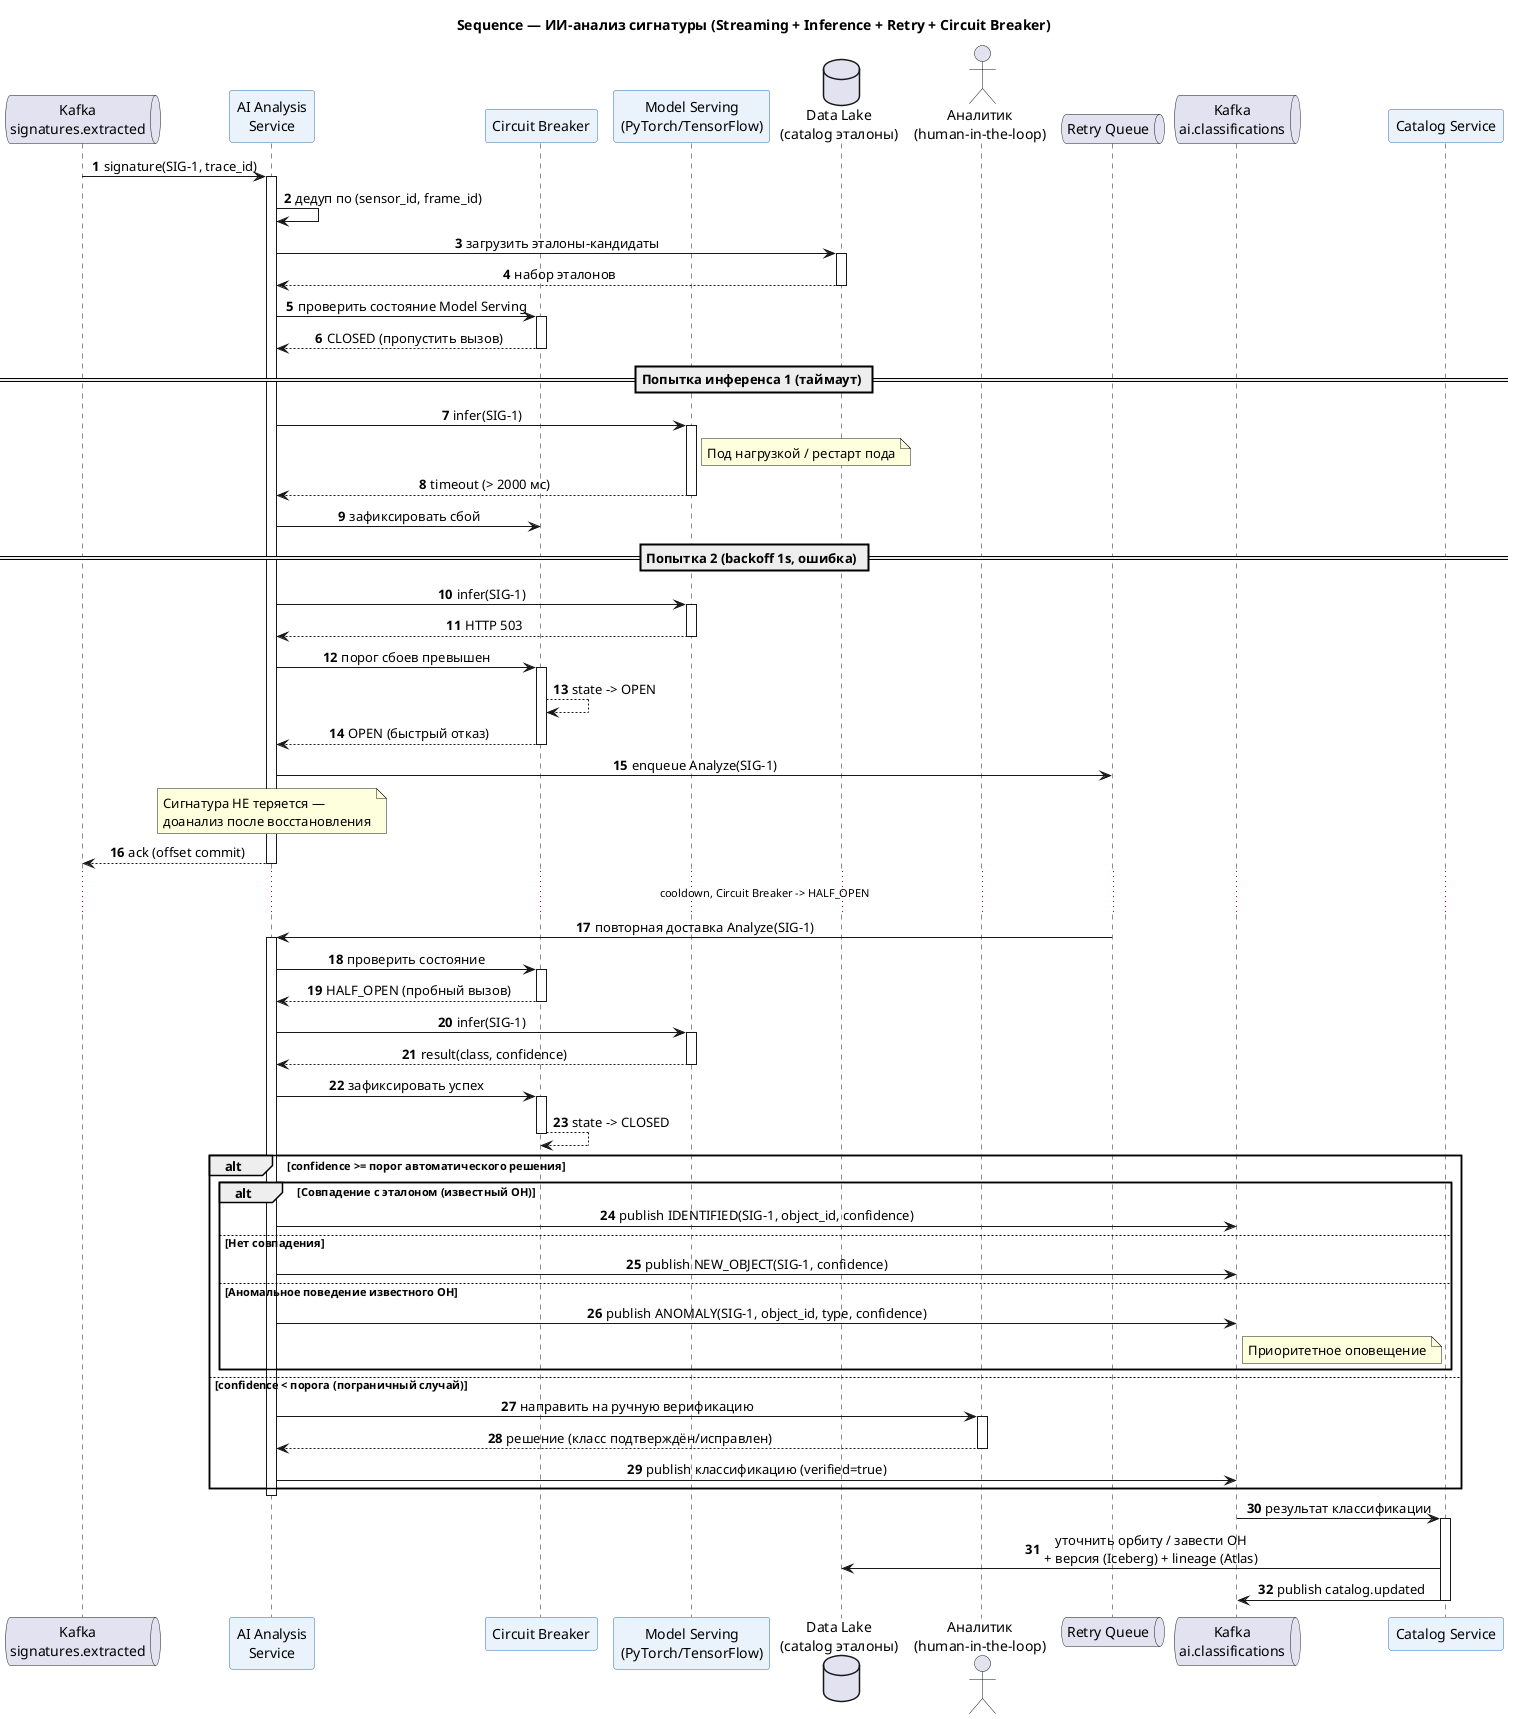
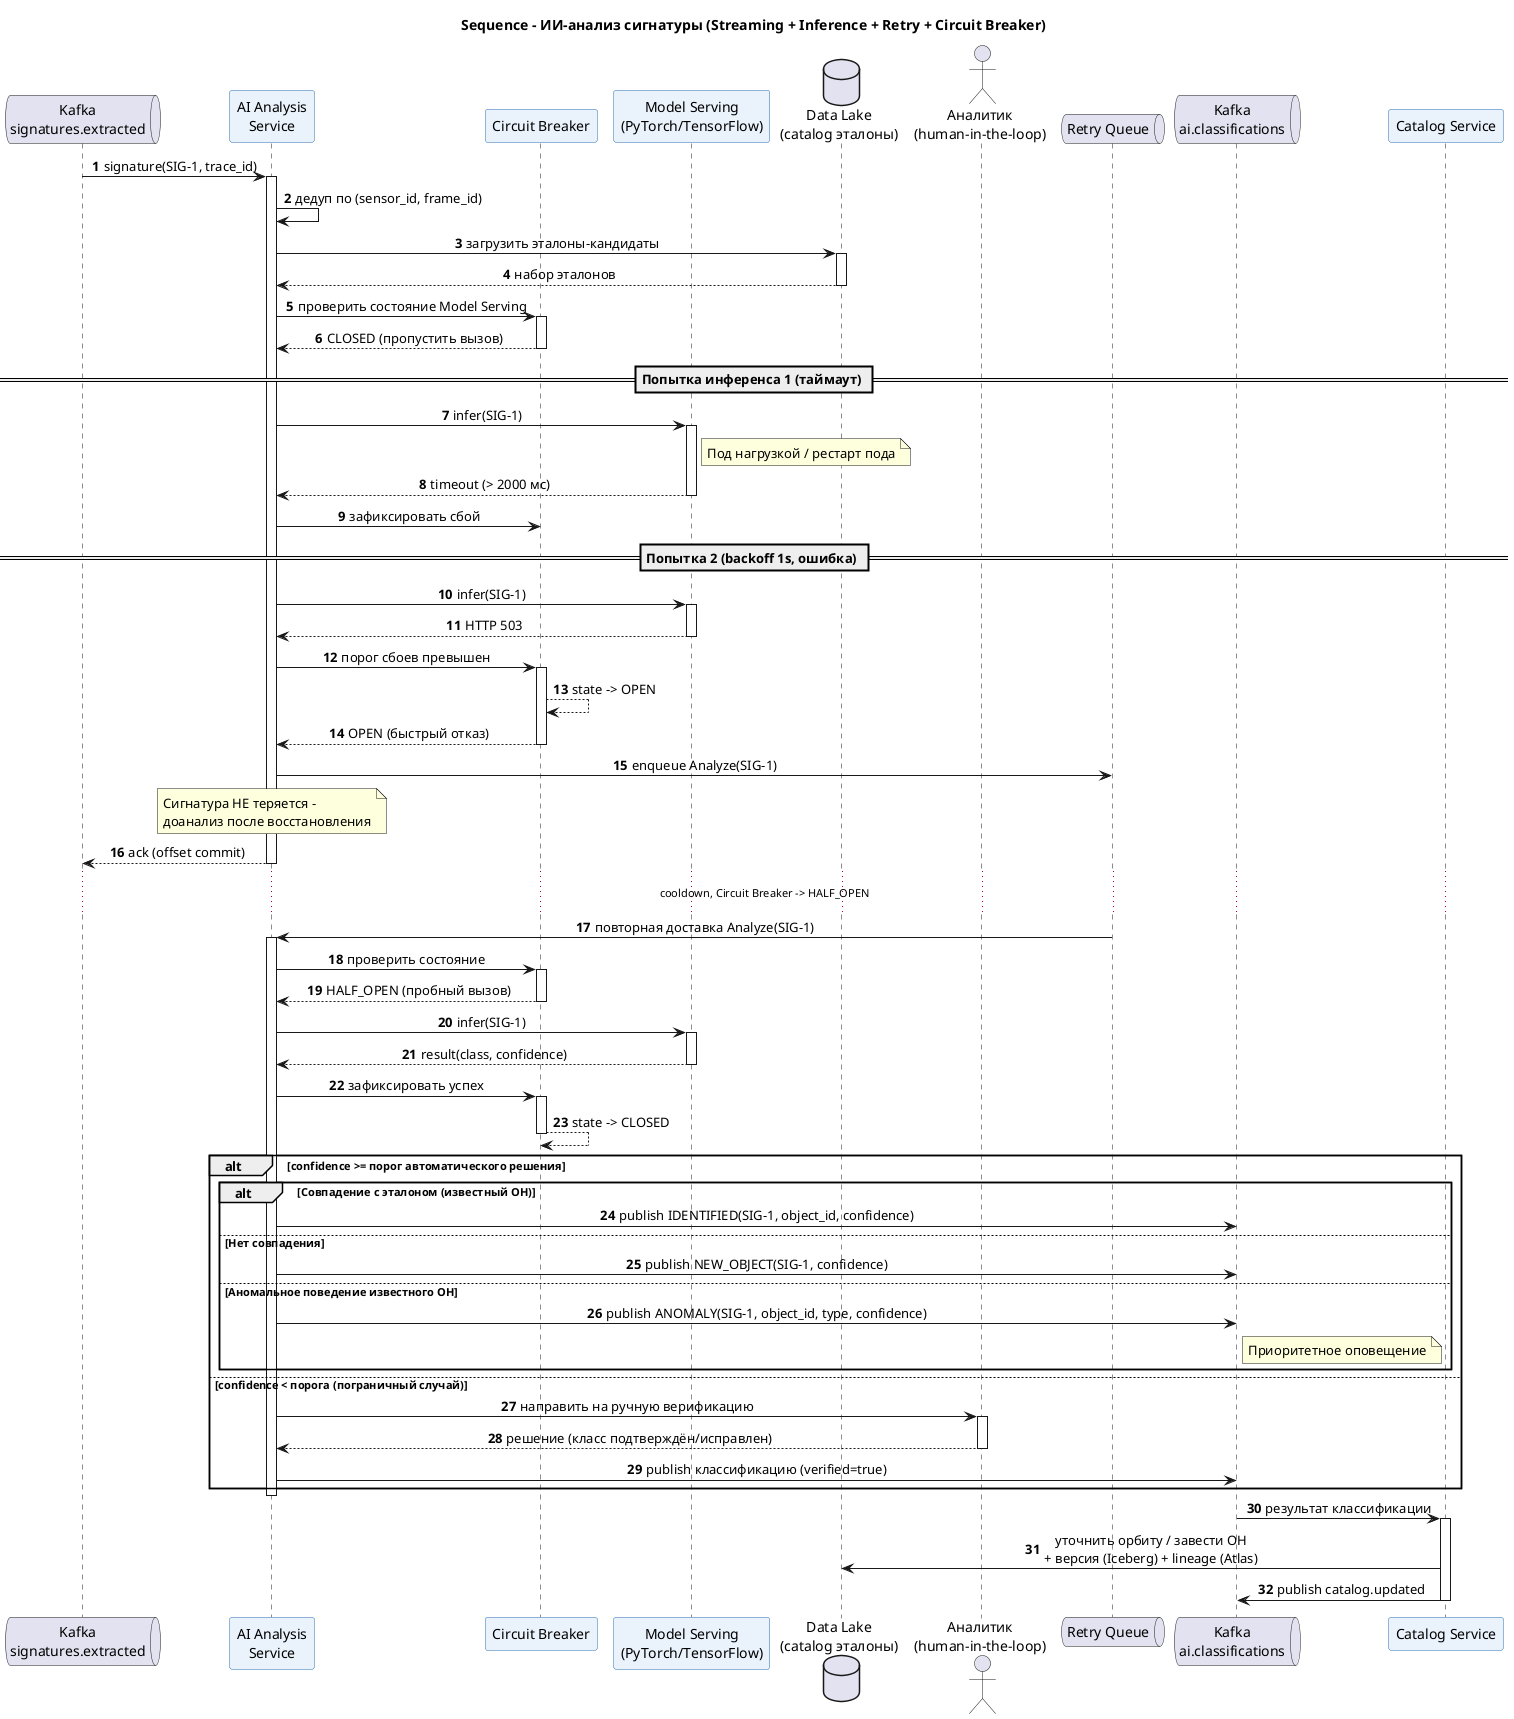
@startuml sequence_ai_analysis
' =====================================================================
'  Ключевой и самый сложный сценарий: ИИ-анализ сигнатуры. Показаны
'  потоковый вход (Kafka), инференс на Model Serving (PyTorch/TensorFlow),
'  три исхода (известный / новый / аномалия), human-in-the-loop при
'  низкой уверенности, а также сбой model serving с Timeout + Retry +
'  Circuit Breaker и отложенным доанализом без потери сигнатур.
' =====================================================================
- title Sequence — ИИ-анализ сигнатуры (Streaming + Inference + Retry + Circuit Breaker)
+ title Sequence – ИИ-анализ сигнатуры (Streaming + Inference + Retry + Circuit Breaker)

skinparam backgroundColor #FFFFFF
skinparam shadowing false
skinparam sequenceMessageAlign center
skinparam ParticipantBackgroundColor #EAF2FB
skinparam ParticipantBorderColor #2C6FB5

queue "Kafka\nsignatures.extracted" as KIn
participant "AI Analysis\nService" as AI
participant "Circuit Breaker" as CB
participant "Model Serving\n(PyTorch/TensorFlow)" as MS
database "Data Lake\n(catalog эталоны)" as DL
actor "Аналитик\n(human-in-the-loop)" as An
queue "Retry Queue" as RQ
queue "Kafka\nai.classifications" as KOut
participant "Catalog Service" as Cat

autonumber

KIn -> AI : signature(SIG-1, trace_id)
activate AI
AI -> AI : дедуп по (sensor_id, frame_id)
AI -> DL : загрузить эталоны-кандидаты
activate DL
DL --> AI : набор эталонов
deactivate DL

AI -> CB : проверить состояние Model Serving
activate CB
CB --> AI : CLOSED (пропустить вызов)
deactivate CB

== Попытка инференса 1 (таймаут) ==
AI -> MS : infer(SIG-1)
activate MS
note right of MS : Под нагрузкой / рестарт пода
MS --> AI : timeout (> 2000 мс)
deactivate MS
AI -> CB : зафиксировать сбой

== Попытка 2 (backoff 1s, ошибка) ==
AI -> MS : infer(SIG-1)
activate MS
MS --> AI : HTTP 503
deactivate MS
AI -> CB : порог сбоев превышен
activate CB
CB --> CB : state -> OPEN
CB --> AI : OPEN (быстрый отказ)
deactivate CB

AI -> RQ : enqueue Analyze(SIG-1)
- note over AI : Сигнатура НЕ теряется —\nдоанализ после восстановления
+ note over AI : Сигнатура НЕ теряется –\nдоанализ после восстановления
AI --> KIn : ack (offset commit)
deactivate AI

... cooldown, Circuit Breaker -> HALF_OPEN ...

RQ -> AI : повторная доставка Analyze(SIG-1)
activate AI
AI -> CB : проверить состояние
activate CB
CB --> AI : HALF_OPEN (пробный вызов)
deactivate CB
AI -> MS : infer(SIG-1)
activate MS
MS --> AI : result(class, confidence)
deactivate MS
AI -> CB : зафиксировать успех
activate CB
CB --> CB : state -> CLOSED
deactivate CB

alt confidence >= порог автоматического решения
    alt Совпадение с эталоном (известный ОН)
        AI -> KOut : publish IDENTIFIED(SIG-1, object_id, confidence)
    else Нет совпадения
        AI -> KOut : publish NEW_OBJECT(SIG-1, confidence)
    else Аномальное поведение известного ОН
        AI -> KOut : publish ANOMALY(SIG-1, object_id, type, confidence)
        note right of KOut : Приоритетное оповещение
    end
else confidence < порога (пограничный случай)
    AI -> An : направить на ручную верификацию
    activate An
    An --> AI : решение (класс подтверждён/исправлен)
    deactivate An
    AI -> KOut : publish классификацию (verified=true)
end
deactivate AI

KOut -> Cat : результат классификации
activate Cat
Cat -> DL : уточнить орбиту / завести ОН\n+ версия (Iceberg) + lineage (Atlas)
Cat -> KOut : publish catalog.updated
deactivate Cat

@enduml
